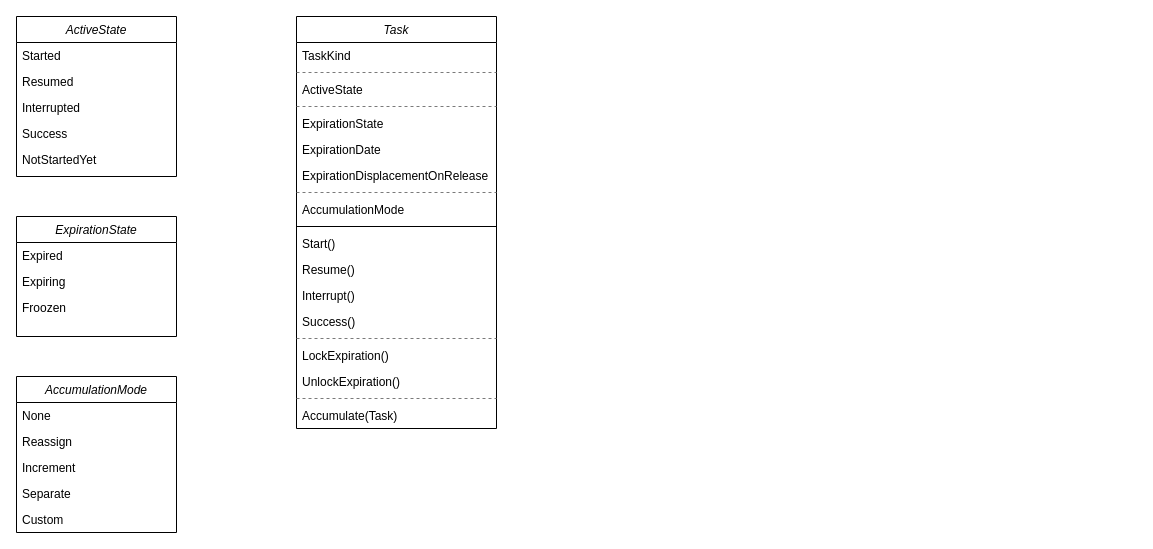
This is diagram.drawio from AcruxDevelopment/NpcScheduling, a draw.io file, before an edit. Source tidied: cells renumbered, new cells numbered last; positions are measured from the earlier drawing's top-left corner, leaving out a move shared by most shapes. Both pictures are drawn from the tidied source at 100%, with x=0, y=0 at pixel (16, 16).
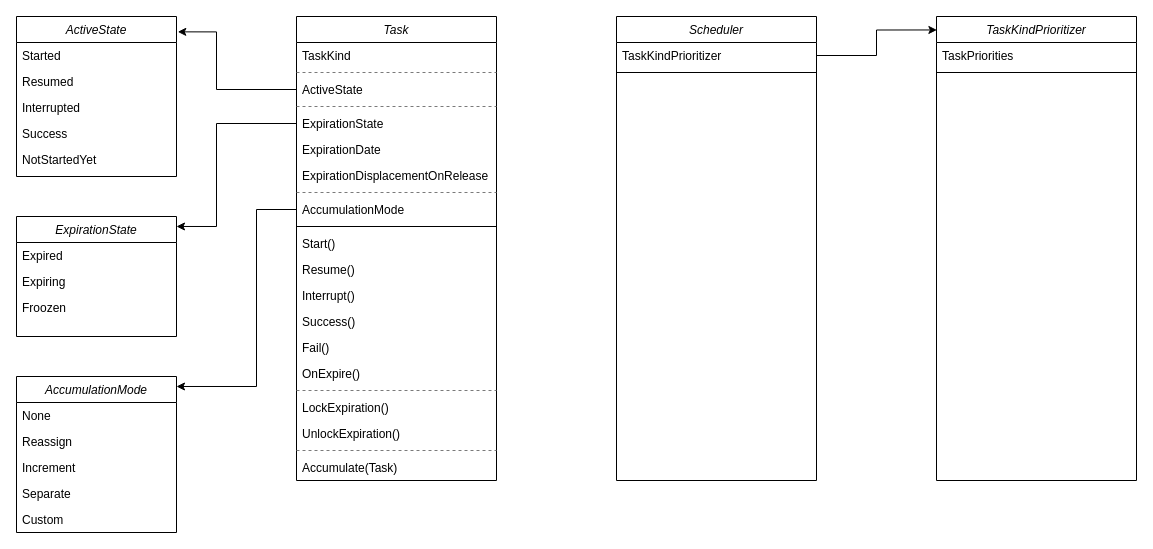
Above is the later version.

Unchanged cells that the change refers to:
```xml
<mxCell id="5" value="ActiveState" style="text;align=left;verticalAlign=top;spacingLeft=4;spacingRight=4;overflow=hidden;points=[[0,0.5],[1,0.5]];portConstraint=eastwest;" parent="2" vertex="1">
  <mxGeometry y="60" width="200" height="26" as="geometry" />
</mxCell>
<mxCell id="7" value="ExpirationState" style="text;align=left;verticalAlign=top;spacingLeft=4;spacingRight=4;overflow=hidden;points=[[0,0.5],[1,0.5]];portConstraint=eastwest;rounded=0;shadow=0;html=0;" parent="2" vertex="1">
  <mxGeometry y="94" width="200" height="26" as="geometry" />
</mxCell>
<mxCell id="11" value="AccumulationMode" style="text;align=left;verticalAlign=top;spacingLeft=4;spacingRight=4;overflow=hidden;points=[[0,0.5],[1,0.5]];portConstraint=eastwest;rounded=0;shadow=0;html=0;" parent="2" vertex="1">
  <mxGeometry y="180" width="200" height="26" as="geometry" />
</mxCell>
<mxCell id="22" value="ActiveState" style="swimlane;fontStyle=2;align=center;verticalAlign=top;horizontal=1;startSize=26;rounded=0;shadow=0;strokeWidth=1;" parent="1" vertex="1">
  <mxGeometry width="160" height="160" as="geometry" />
</mxCell>
<mxCell id="28" value="ExpirationState" style="swimlane;fontStyle=2;align=center;verticalAlign=top;horizontal=1;startSize=26;rounded=0;shadow=0;strokeWidth=1;" parent="1" vertex="1">
  <mxGeometry y="200" width="160" height="120" as="geometry" />
</mxCell>
<mxCell id="32" value="AccumulationMode" style="swimlane;fontStyle=2;align=center;verticalAlign=top;horizontal=1;startSize=26;rounded=0;shadow=0;strokeWidth=1;" parent="1" vertex="1">
  <mxGeometry y="360" width="160" height="156" as="geometry" />
</mxCell>
```

Change to the diagram source:
```diff
@@
     <mxCell id="2" value="Task" style="swimlane;fontStyle=2;align=center;verticalAlign=top;horizontal=1;startSize=26;rounded=0;shadow=0;strokeWidth=1;" parent="1" vertex="1">
-      <mxGeometry x="280" width="200" height="412" as="geometry" />
+      <mxGeometry x="280" width="200" height="464" as="geometry" />
     </mxCell>
@@
+    <mxCell id="38" value="Fail()" style="text;align=left;verticalAlign=top;spacingLeft=4;spacingRight=4;overflow=hidden;" parent="2" vertex="1">
+      <mxGeometry y="318" width="200" height="26" as="geometry" />
+    </mxCell>
+    <mxCell id="39" value="OnExpire()" style="text;align=left;verticalAlign=top;spacingLeft=4;spacingRight=4;overflow=hidden;" parent="2" vertex="1">
+      <mxGeometry y="344" width="200" height="26" as="geometry" />
+    </mxCell>
     <mxCell id="17" style="line;html=1;strokeWidth=1;align=left;verticalAlign=middle;spacingTop=-1;spacingLeft=3;spacingRight=3;labelPosition=right;dashed=1;strokeColor=#7A7A7A;" parent="2" vertex="1">
-      <mxGeometry y="318" width="200" height="8" as="geometry" />
+      <mxGeometry y="370" width="200" height="8" as="geometry" />
     </mxCell>
     <mxCell id="18" value="LockExpiration()" style="text;align=left;verticalAlign=top;spacingLeft=4;spacingRight=4;overflow=hidden;rounded=0;shadow=0;html=0;" parent="2" vertex="1">
-      <mxGeometry y="326" width="200" height="26" as="geometry" />
+      <mxGeometry y="378" width="200" height="26" as="geometry" />
     </mxCell>
     <mxCell id="19" value="UnlockExpiration()" style="text;align=left;verticalAlign=top;spacingLeft=4;spacingRight=4;overflow=hidden;rounded=0;shadow=0;html=0;" parent="2" vertex="1">
-      <mxGeometry y="352" width="200" height="26" as="geometry" />
+      <mxGeometry y="404" width="200" height="26" as="geometry" />
     </mxCell>
     <mxCell id="20" style="line;html=1;strokeWidth=1;align=left;verticalAlign=middle;spacingTop=-1;spacingLeft=3;spacingRight=3;labelPosition=right;dashed=1;strokeColor=#7A7A7A;" parent="2" vertex="1">
-      <mxGeometry y="378" width="200" height="8" as="geometry" />
+      <mxGeometry y="430" width="200" height="8" as="geometry" />
     </mxCell>
     <mxCell id="21" value="Accumulate(Task)" style="text;align=left;verticalAlign=top;spacingLeft=4;spacingRight=4;overflow=hidden;rounded=0;shadow=0;html=0;" parent="2" vertex="1">
-      <mxGeometry y="386" width="200" height="26" as="geometry" />
+      <mxGeometry y="438" width="200" height="26" as="geometry" />
     </mxCell>
@@
+    <mxCell id="40" value="Scheduler" style="swimlane;fontStyle=2;align=center;verticalAlign=top;horizontal=1;startSize=26;rounded=0;shadow=0;strokeWidth=1;" parent="1" vertex="1">
+      <mxGeometry x="600" width="200" height="464" as="geometry" />
+    </mxCell>
+    <mxCell id="41" value="TaskKindPrioritizer" style="text;align=left;verticalAlign=top;spacingLeft=4;spacingRight=4;overflow=hidden;points=[[0,0.5],[1,0.5]];portConstraint=eastwest;" parent="40" vertex="1">
+      <mxGeometry y="26" width="200" height="26" as="geometry" />
+    </mxCell>
+    <mxCell id="42" style="line;html=1;strokeWidth=1;align=left;verticalAlign=middle;spacingTop=-1;spacingLeft=3;spacingRight=3;labelPosition=right;" parent="40" vertex="1">
+      <mxGeometry y="52" width="200" height="8" as="geometry" />
+    </mxCell>
+    <mxCell id="43" value="TaskKindPrioritizer" style="swimlane;fontStyle=2;align=center;verticalAlign=top;horizontal=1;startSize=26;rounded=0;shadow=0;strokeWidth=1;" parent="1" vertex="1">
+      <mxGeometry x="920" width="200" height="464" as="geometry" />
+    </mxCell>
+    <mxCell id="44" value="TaskPriorities" style="text;align=left;verticalAlign=top;spacingLeft=4;spacingRight=4;overflow=hidden;" parent="43" vertex="1">
+      <mxGeometry y="26" width="200" height="26" as="geometry" />
+    </mxCell>
+    <mxCell id="45" style="line;html=1;strokeWidth=1;align=left;verticalAlign=middle;spacingTop=-1;spacingLeft=3;spacingRight=3;labelPosition=right;" parent="43" vertex="1">
+      <mxGeometry y="52" width="200" height="8" as="geometry" />
+    </mxCell>
+    <mxCell id="46" style="edgeStyle=orthogonalEdgeStyle;rounded=0;jettySize=auto;html=1;entryX=1.008;entryY=0.096;entryDx=0;entryDy=0;entryPerimeter=0;" parent="1" edge="1" source="5" target="22">
+      <mxGeometry relative="1" as="geometry">
+        <Array as="points">
+          <mxPoint x="200" y="73" />
+          <mxPoint x="200" y="15" />
+        </Array>
+      </mxGeometry>
+    </mxCell>
+    <mxCell id="47" style="edgeStyle=orthogonalEdgeStyle;rounded=0;jettySize=auto;html=1;entryX=1;entryY=0.083;entryDx=0;entryDy=0;entryPerimeter=0;" parent="1" edge="1" source="7" target="28">
+      <mxGeometry relative="1" as="geometry">
+        <Array as="points">
+          <mxPoint x="200" y="107" />
+          <mxPoint x="200" y="210" />
+        </Array>
+      </mxGeometry>
+    </mxCell>
+    <mxCell id="48" style="edgeStyle=orthogonalEdgeStyle;rounded=0;jettySize=auto;html=1;entryX=1;entryY=0.064;entryDx=0;entryDy=0;entryPerimeter=0;" parent="1" edge="1" source="11" target="32">
+      <mxGeometry relative="1" as="geometry">
+        <Array as="points">
+          <mxPoint x="240" y="193" />
+          <mxPoint x="240" y="370" />
+        </Array>
+      </mxGeometry>
+    </mxCell>
+    <mxCell id="49" style="edgeStyle=orthogonalEdgeStyle;rounded=0;jettySize=auto;html=1;entryX=0.002;entryY=0.029;entryDx=0;entryDy=0;entryPerimeter=0;" parent="1" edge="1" source="41" target="43">
+      <mxGeometry relative="1" as="geometry" />
+    </mxCell>
```
